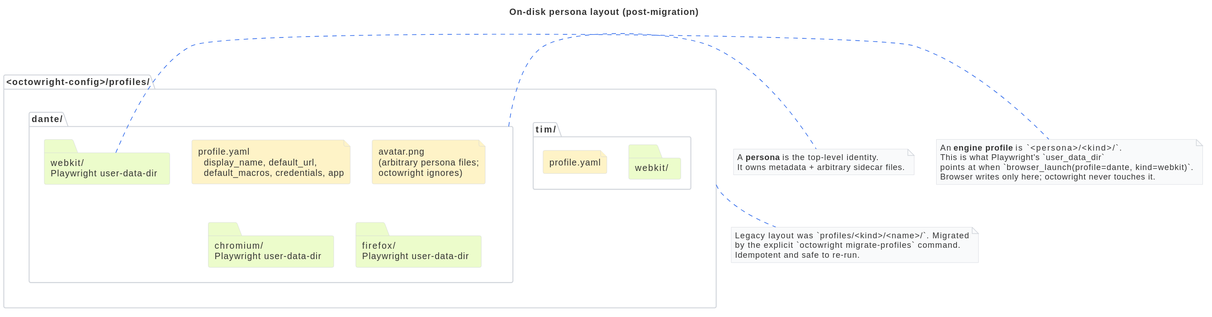
Above: docs/architecture/persona-layout.svg in livingstaccato/octowright (PlantUML), before the change. Its source is kept beside it as docs/architecture/persona-layout.puml.
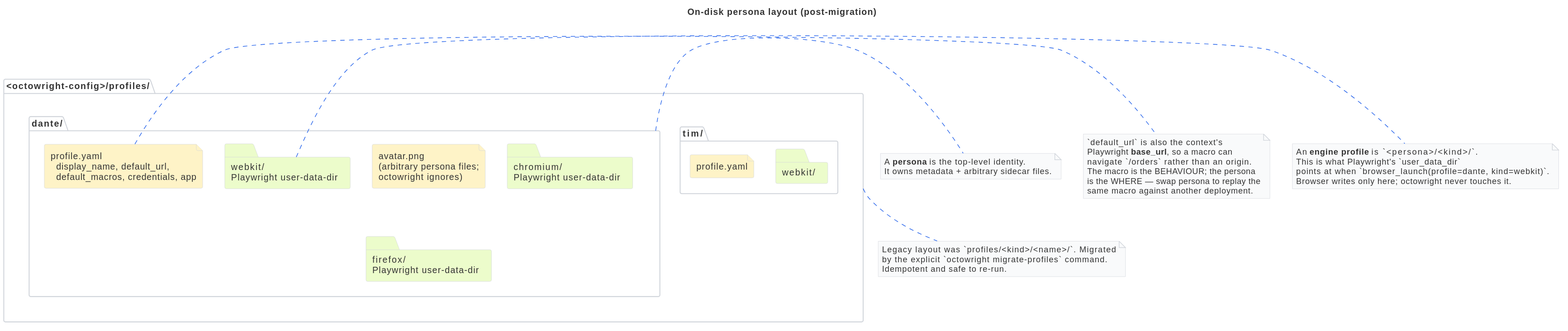
The same diagram one commit later.

Commit message:
feat(personas): a persona's default_url is the context's base_url

Change to the diagram source:
```diff
@@ -33,6 +33,15 @@
   It owns metadata + arbitrary sidecar files.
 end note
 
+note right of DY
+  `default_url` is also the context's
+  Playwright **base_url**, so a macro can
+  navigate `/orders` rather than an origin.
+  The macro is the BEHAVIOUR; the persona
+  is the WHERE — swap persona to replay the
+  same macro against another deployment.
+end note
+
 note right of DW
   An **engine profile** is `<persona>/<kind>/`.
   This is what Playwright's `user_data_dir`
```
